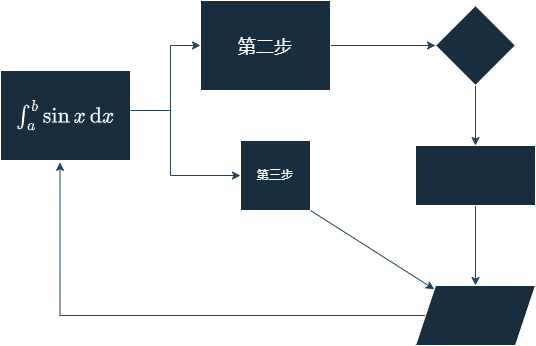
Above: draft/ceshi1.png in zeff163/Draw.io (draw.io), before the change. Source tidied: cells renumbered, new cells last; positions are measured from the earlier drawing's top-left corner, leaving out a move shared by most shapes.
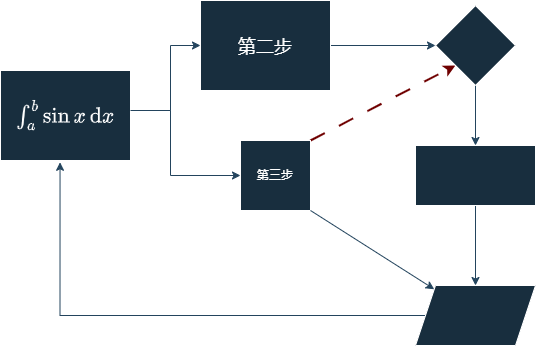
After the commit.

The edit, as a diff of the source:
```diff
@@ -19,6 +19,9 @@
     <mxCell id="5" value="第二步" style="rounded=0;whiteSpace=wrap;html=1;fontFamily=Comic Sans MS;fontSize=18;labelBackgroundColor=none;fillColor=#182E3E;strokeColor=#FFFFFF;fontColor=#FFFFFF;direction=west;" parent="1" vertex="1">
       <mxGeometry x="200" width="130" height="90" as="geometry" />
     </mxCell>
+    <mxCell id="15" style="rounded=0;jettySize=auto;html=1;exitX=1;exitY=0;exitDx=0;exitDy=0;entryX=0;entryY=1;entryDx=0;entryDy=0;fillColor=#a20025;strokeColor=#6F0000;dashed=1;dashPattern=8 8;strokeWidth=2;" parent="1" edge="1" source="6" target="9">
+      <mxGeometry relative="1" as="geometry" />
+    </mxCell>
     <mxCell id="6" value="第三步" style="whiteSpace=wrap;html=1;labelBackgroundColor=none;fillColor=#182E3E;strokeColor=#FFFFFF;fontColor=#FFFFFF;" parent="1" vertex="1">
       <mxGeometry x="240" y="140" width="70" height="70" as="geometry" />
     </mxCell>
```
